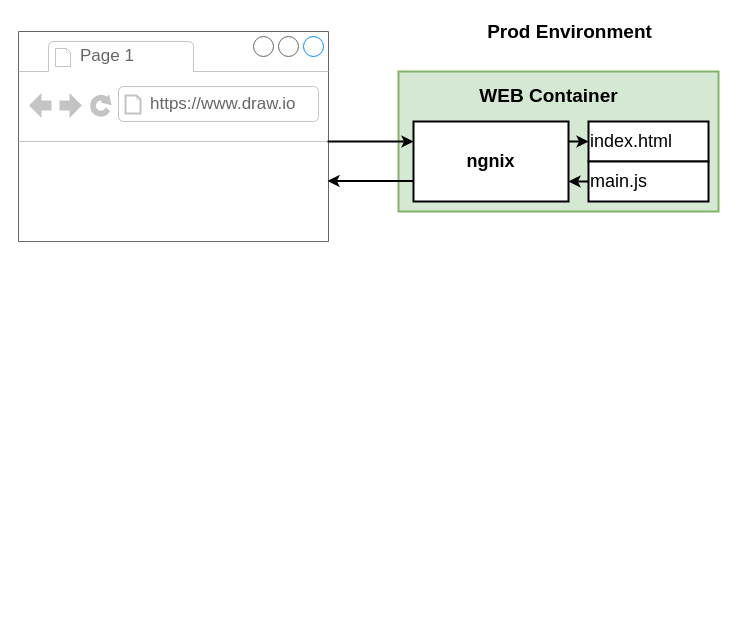
The draw.io diagram page "nginx" (4 of 4) of docker/Dockerfile Flow.drawio in micheal08/mylearningdata, before the edit. Source tidied: cells renumbered, new cells numbered last; positions are measured from the earlier drawing's top-left corner, leaving out a move shared by most shapes. Both pictures are drawn from the tidied source at 100%, with x=0, y=0 at pixel (18, 17).
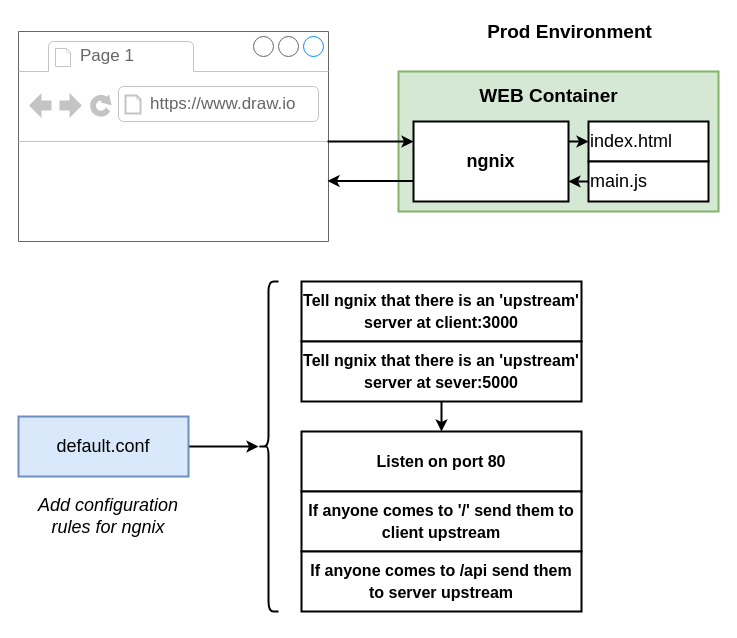
The same diagram, later.

Commit message:
ngnix rules updated

Diff of the diagram source:
```diff
@@
+    <mxCell id="15" style="edgeStyle=orthogonalEdgeStyle;rounded=0;jettySize=auto;html=1;strokeWidth=2;fontSize=18;" parent="1" edge="1" source="16" target="23">
+      <mxGeometry relative="1" as="geometry" />
+    </mxCell>
+    <mxCell id="16" value="default.conf" style="rounded=0;whiteSpace=wrap;html=1;strokeWidth=2;fontSize=18;align=center;fillColor=#dae8fc;strokeColor=#6c8ebf;" parent="1" vertex="1">
+      <mxGeometry y="399" width="170" height="60" as="geometry" />
+    </mxCell>
+    <mxCell id="17" value="&lt;p&gt;&lt;font style=&quot;font-size: 16px&quot;&gt;Tell ngnix that there is an 'upstream' server at client:3000&lt;/font&gt;&lt;/p&gt;" style="rounded=0;whiteSpace=wrap;html=1;strokeWidth=2;fontSize=18;align=center;fontStyle=1;" parent="1" vertex="1">
+      <mxGeometry x="283" y="264" width="280" height="60" as="geometry" />
+    </mxCell>
+    <mxCell id="18" style="edgeStyle=orthogonalEdgeStyle;rounded=0;jettySize=auto;html=1;strokeWidth=2;fontSize=18;" parent="1" edge="1" source="19" target="20">
+      <mxGeometry relative="1" as="geometry" />
+    </mxCell>
+    <mxCell id="19" value="&lt;p&gt;&lt;font style=&quot;font-size: 16px&quot;&gt;Tell ngnix that there is an 'upstream' server at sever:5000&lt;/font&gt;&lt;/p&gt;" style="rounded=0;whiteSpace=wrap;html=1;strokeWidth=2;fontSize=18;align=center;fontStyle=1;" parent="1" vertex="1">
+      <mxGeometry x="283" y="324" width="280" height="60" as="geometry" />
+    </mxCell>
+    <mxCell id="20" value="&lt;p&gt;&lt;font style=&quot;font-size: 16px&quot;&gt;Listen on port 80&lt;/font&gt;&lt;/p&gt;" style="rounded=0;whiteSpace=wrap;html=1;strokeWidth=2;fontSize=18;align=center;fontStyle=1;" parent="1" vertex="1">
+      <mxGeometry x="283" y="414" width="280" height="60" as="geometry" />
+    </mxCell>
+    <mxCell id="21" value="&lt;p&gt;&lt;font style=&quot;font-size: 16px&quot;&gt;If anyone comes to '/' send them to client upstream&lt;/font&gt;&lt;/p&gt;" style="rounded=0;whiteSpace=wrap;html=1;strokeWidth=2;fontSize=18;align=center;fontStyle=1;" parent="1" vertex="1">
+      <mxGeometry x="283" y="474" width="280" height="60" as="geometry" />
+    </mxCell>
+    <mxCell id="22" value="&lt;p&gt;&lt;font style=&quot;font-size: 16px&quot;&gt;If anyone comes to /api send them to server upstream&lt;/font&gt;&lt;/p&gt;" style="rounded=0;whiteSpace=wrap;html=1;strokeWidth=2;fontSize=18;align=center;fontStyle=1;" parent="1" vertex="1">
+      <mxGeometry x="283" y="534" width="280" height="60" as="geometry" />
+    </mxCell>
+    <mxCell id="23" style="shape=curlyBracket;whiteSpace=wrap;html=1;rounded=1;strokeWidth=2;fontSize=18;align=center;" parent="1" vertex="1">
+      <mxGeometry x="240" y="264" width="20" height="330" as="geometry" />
+    </mxCell>
+    <mxCell id="24" value="Add configuration rules for ngnix" style="text;html=1;strokeColor=none;fillColor=none;align=center;verticalAlign=middle;whiteSpace=wrap;rounded=0;fontSize=18;fontStyle=2;" parent="1" vertex="1">
+      <mxGeometry y="474" width="180" height="50" as="geometry" />
+    </mxCell>
```
